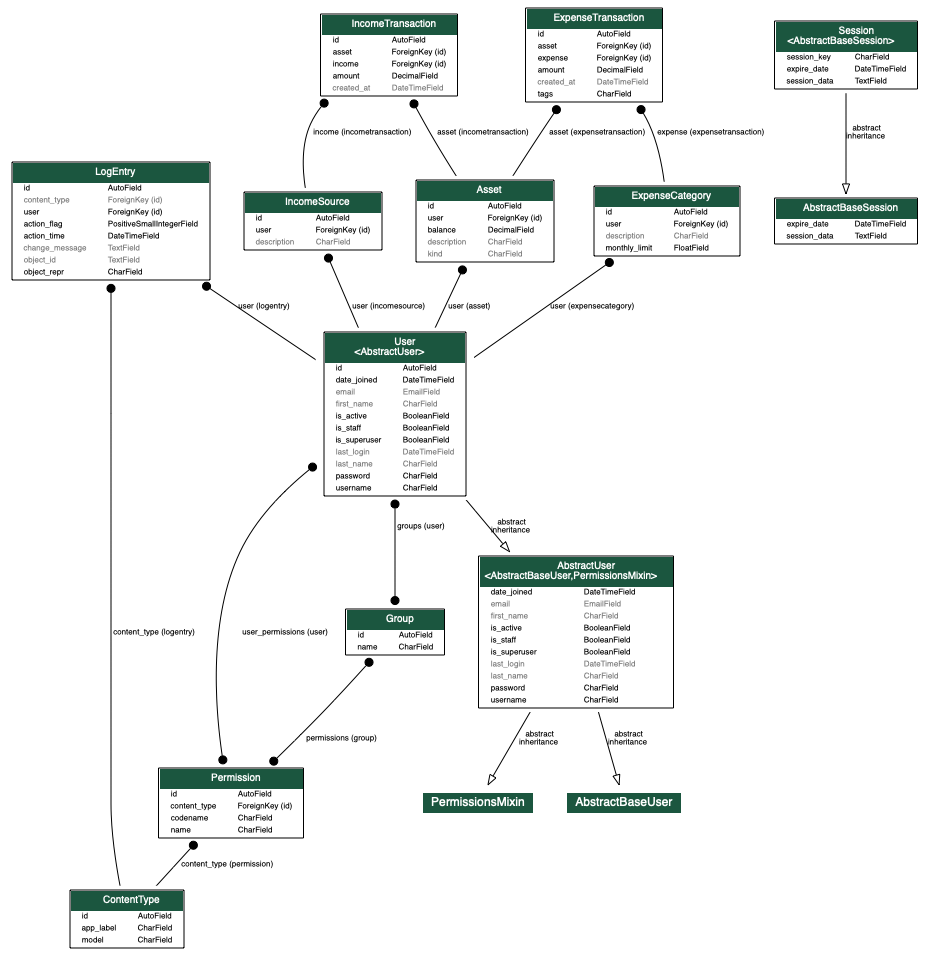
Earlier version of the Graphviz export models.png (ezhk/finance). Its source is kept beside it as models.dot. Source of this version:
```dot
digraph model_graph {

  fontname = "Roboto"
  fontsize = 8
  splines  = true

  node [
    fontname = "Roboto"
    fontsize = 8
    shape = "plaintext"
  ]

  edge [
    fontname = "Roboto"
    fontsize = 8
  ]



  django_contrib_admin_models_LogEntry [label=<
    <TABLE BGCOLOR="white" BORDER="1" CELLBORDER="0" CELLSPACING="0">
    <TR><TD COLSPAN="2" CELLPADDING="5" ALIGN="CENTER" BGCOLOR="#1b563f">
    <FONT FACE="Roboto" COLOR="white" POINT-SIZE="10"><B>
    LogEntry
    </B></FONT></TD></TR>


    <TR><TD ALIGN="LEFT" BORDER="0">
    <FONT FACE="Roboto"><B>id</B></FONT>
    </TD><TD ALIGN="LEFT">
    <FONT FACE="Roboto"><B>AutoField</B></FONT>
    </TD></TR>



    <TR><TD ALIGN="LEFT" BORDER="0">
    <FONT COLOR="#7B7B7B" FACE="Roboto"><B>content_type</B></FONT>
    </TD><TD ALIGN="LEFT">
    <FONT COLOR="#7B7B7B" FACE="Roboto"><B>ForeignKey (id)</B></FONT>
    </TD></TR>



    <TR><TD ALIGN="LEFT" BORDER="0">
    <FONT FACE="Roboto"><B>user</B></FONT>
    </TD><TD ALIGN="LEFT">
    <FONT FACE="Roboto"><B>ForeignKey (id)</B></FONT>
    </TD></TR>



    <TR><TD ALIGN="LEFT" BORDER="0">
    <FONT FACE="Roboto">action_flag</FONT>
    </TD><TD ALIGN="LEFT">
    <FONT FACE="Roboto">PositiveSmallIntegerField</FONT>
    </TD></TR>



    <TR><TD ALIGN="LEFT" BORDER="0">
    <FONT FACE="Roboto">action_time</FONT>
    </TD><TD ALIGN="LEFT">
    <FONT FACE="Roboto">DateTimeField</FONT>
    </TD></TR>



    <TR><TD ALIGN="LEFT" BORDER="0">
    <FONT COLOR="#7B7B7B" FACE="Roboto">change_message</FONT>
    </TD><TD ALIGN="LEFT">
    <FONT COLOR="#7B7B7B" FACE="Roboto">TextField</FONT>
    </TD></TR>



    <TR><TD ALIGN="LEFT" BORDER="0">
    <FONT COLOR="#7B7B7B" FACE="Roboto">object_id</FONT>
    </TD><TD ALIGN="LEFT">
    <FONT COLOR="#7B7B7B" FACE="Roboto">TextField</FONT>
    </TD></TR>



    <TR><TD ALIGN="LEFT" BORDER="0">
    <FONT FACE="Roboto">object_repr</FONT>
    </TD><TD ALIGN="LEFT">
    <FONT FACE="Roboto">CharField</FONT>
    </TD></TR>


    </TABLE>
    >]




  django_contrib_auth_models_AbstractUser [label=<
    <TABLE BGCOLOR="white" BORDER="1" CELLBORDER="0" CELLSPACING="0">
    <TR><TD COLSPAN="2" CELLPADDING="5" ALIGN="CENTER" BGCOLOR="#1b563f">
    <FONT FACE="Roboto" COLOR="white" POINT-SIZE="10"><B>
    AbstractUser<BR/>&lt;<FONT FACE="Roboto"><I>AbstractBaseUser,PermissionsMixin</I></FONT>&gt;
    </B></FONT></TD></TR>


    <TR><TD ALIGN="LEFT" BORDER="0">
    <FONT FACE="Roboto">date_joined</FONT>
    </TD><TD ALIGN="LEFT">
    <FONT FACE="Roboto">DateTimeField</FONT>
    </TD></TR>



    <TR><TD ALIGN="LEFT" BORDER="0">
    <FONT COLOR="#7B7B7B" FACE="Roboto">email</FONT>
    </TD><TD ALIGN="LEFT">
    <FONT COLOR="#7B7B7B" FACE="Roboto">EmailField</FONT>
    </TD></TR>



    <TR><TD ALIGN="LEFT" BORDER="0">
    <FONT COLOR="#7B7B7B" FACE="Roboto">first_name</FONT>
    </TD><TD ALIGN="LEFT">
    <FONT COLOR="#7B7B7B" FACE="Roboto">CharField</FONT>
    </TD></TR>



    <TR><TD ALIGN="LEFT" BORDER="0">
    <FONT FACE="Roboto">is_active</FONT>
    </TD><TD ALIGN="LEFT">
    <FONT FACE="Roboto">BooleanField</FONT>
    </TD></TR>



    <TR><TD ALIGN="LEFT" BORDER="0">
    <FONT FACE="Roboto">is_staff</FONT>
    </TD><TD ALIGN="LEFT">
    <FONT FACE="Roboto">BooleanField</FONT>
    </TD></TR>



    <TR><TD ALIGN="LEFT" BORDER="0">
    <FONT FACE="Roboto"><I>is_superuser</I></FONT>
    </TD><TD ALIGN="LEFT">
    <FONT FACE="Roboto"><I>BooleanField</I></FONT>
    </TD></TR>



    <TR><TD ALIGN="LEFT" BORDER="0">
    <FONT COLOR="#7B7B7B" FACE="Roboto"><I>last_login</I></FONT>
    </TD><TD ALIGN="LEFT">
    <FONT COLOR="#7B7B7B" FACE="Roboto"><I>DateTimeField</I></FONT>
    </TD></TR>



    <TR><TD ALIGN="LEFT" BORDER="0">
    <FONT COLOR="#7B7B7B" FACE="Roboto">last_name</FONT>
    </TD><TD ALIGN="LEFT">
    <FONT COLOR="#7B7B7B" FACE="Roboto">CharField</FONT>
    </TD></TR>



    <TR><TD ALIGN="LEFT" BORDER="0">
    <FONT FACE="Roboto"><I>password</I></FONT>
    </TD><TD ALIGN="LEFT">
    <FONT FACE="Roboto"><I>CharField</I></FONT>
    </TD></TR>



    <TR><TD ALIGN="LEFT" BORDER="0">
    <FONT FACE="Roboto">username</FONT>
    </TD><TD ALIGN="LEFT">
    <FONT FACE="Roboto">CharField</FONT>
    </TD></TR>


    </TABLE>
    >]

  django_contrib_auth_models_Permission [label=<
    <TABLE BGCOLOR="white" BORDER="1" CELLBORDER="0" CELLSPACING="0">
    <TR><TD COLSPAN="2" CELLPADDING="5" ALIGN="CENTER" BGCOLOR="#1b563f">
    <FONT FACE="Roboto" COLOR="white" POINT-SIZE="10"><B>
    Permission
    </B></FONT></TD></TR>


    <TR><TD ALIGN="LEFT" BORDER="0">
    <FONT FACE="Roboto"><B>id</B></FONT>
    </TD><TD ALIGN="LEFT">
    <FONT FACE="Roboto"><B>AutoField</B></FONT>
    </TD></TR>



    <TR><TD ALIGN="LEFT" BORDER="0">
    <FONT FACE="Roboto"><B>content_type</B></FONT>
    </TD><TD ALIGN="LEFT">
    <FONT FACE="Roboto"><B>ForeignKey (id)</B></FONT>
    </TD></TR>



    <TR><TD ALIGN="LEFT" BORDER="0">
    <FONT FACE="Roboto">codename</FONT>
    </TD><TD ALIGN="LEFT">
    <FONT FACE="Roboto">CharField</FONT>
    </TD></TR>



    <TR><TD ALIGN="LEFT" BORDER="0">
    <FONT FACE="Roboto">name</FONT>
    </TD><TD ALIGN="LEFT">
    <FONT FACE="Roboto">CharField</FONT>
    </TD></TR>


    </TABLE>
    >]

  django_contrib_auth_models_Group [label=<
    <TABLE BGCOLOR="white" BORDER="1" CELLBORDER="0" CELLSPACING="0">
    <TR><TD COLSPAN="2" CELLPADDING="5" ALIGN="CENTER" BGCOLOR="#1b563f">
    <FONT FACE="Roboto" COLOR="white" POINT-SIZE="10"><B>
    Group
    </B></FONT></TD></TR>


    <TR><TD ALIGN="LEFT" BORDER="0">
    <FONT FACE="Roboto"><B>id</B></FONT>
    </TD><TD ALIGN="LEFT">
    <FONT FACE="Roboto"><B>AutoField</B></FONT>
    </TD></TR>



    <TR><TD ALIGN="LEFT" BORDER="0">
    <FONT FACE="Roboto">name</FONT>
    </TD><TD ALIGN="LEFT">
    <FONT FACE="Roboto">CharField</FONT>
    </TD></TR>


    </TABLE>
    >]

  django_contrib_auth_models_User [label=<
    <TABLE BGCOLOR="white" BORDER="1" CELLBORDER="0" CELLSPACING="0">
    <TR><TD COLSPAN="2" CELLPADDING="5" ALIGN="CENTER" BGCOLOR="#1b563f">
    <FONT FACE="Roboto" COLOR="white" POINT-SIZE="10"><B>
    User<BR/>&lt;<FONT FACE="Roboto"><I>AbstractUser</I></FONT>&gt;
    </B></FONT></TD></TR>


    <TR><TD ALIGN="LEFT" BORDER="0">
    <FONT FACE="Roboto"><B>id</B></FONT>
    </TD><TD ALIGN="LEFT">
    <FONT FACE="Roboto"><B>AutoField</B></FONT>
    </TD></TR>



    <TR><TD ALIGN="LEFT" BORDER="0">
    <FONT FACE="Roboto"><I>date_joined</I></FONT>
    </TD><TD ALIGN="LEFT">
    <FONT FACE="Roboto"><I>DateTimeField</I></FONT>
    </TD></TR>



    <TR><TD ALIGN="LEFT" BORDER="0">
    <FONT COLOR="#7B7B7B" FACE="Roboto"><I>email</I></FONT>
    </TD><TD ALIGN="LEFT">
    <FONT COLOR="#7B7B7B" FACE="Roboto"><I>EmailField</I></FONT>
    </TD></TR>



    <TR><TD ALIGN="LEFT" BORDER="0">
    <FONT COLOR="#7B7B7B" FACE="Roboto"><I>first_name</I></FONT>
    </TD><TD ALIGN="LEFT">
    <FONT COLOR="#7B7B7B" FACE="Roboto"><I>CharField</I></FONT>
    </TD></TR>



    <TR><TD ALIGN="LEFT" BORDER="0">
    <FONT FACE="Roboto"><I>is_active</I></FONT>
    </TD><TD ALIGN="LEFT">
    <FONT FACE="Roboto"><I>BooleanField</I></FONT>
    </TD></TR>



    <TR><TD ALIGN="LEFT" BORDER="0">
    <FONT FACE="Roboto"><I>is_staff</I></FONT>
    </TD><TD ALIGN="LEFT">
    <FONT FACE="Roboto"><I>BooleanField</I></FONT>
    </TD></TR>



    <TR><TD ALIGN="LEFT" BORDER="0">
    <FONT FACE="Roboto"><I>is_superuser</I></FONT>
    </TD><TD ALIGN="LEFT">
    <FONT FACE="Roboto"><I>BooleanField</I></FONT>
    </TD></TR>



    <TR><TD ALIGN="LEFT" BORDER="0">
    <FONT COLOR="#7B7B7B" FACE="Roboto"><I>last_login</I></FONT>
    </TD><TD ALIGN="LEFT">
    <FONT COLOR="#7B7B7B" FACE="Roboto"><I>DateTimeField</I></FONT>
    </TD></TR>



    <TR><TD ALIGN="LEFT" BORDER="0">
    <FONT COLOR="#7B7B7B" FACE="Roboto"><I>last_name</I></FONT>
    </TD><TD ALIGN="LEFT">
    <FONT COLOR="#7B7B7B" FACE="Roboto"><I>CharField</I></FONT>
    </TD></TR>



    <TR><TD ALIGN="LEFT" BORDER="0">
    <FONT FACE="Roboto"><I>password</I></FONT>
    </TD><TD ALIGN="LEFT">
    <FONT FACE="Roboto"><I>CharField</I></FONT>
    </TD></TR>



    <TR><TD ALIGN="LEFT" BORDER="0">
    <FONT FACE="Roboto"><I>username</I></FONT>
    </TD><TD ALIGN="LEFT">
    <FONT FACE="Roboto"><I>CharField</I></FONT>
    </TD></TR>


    </TABLE>
    >]




  django_contrib_contenttypes_models_ContentType [label=<
    <TABLE BGCOLOR="white" BORDER="1" CELLBORDER="0" CELLSPACING="0">
    <TR><TD COLSPAN="2" CELLPADDING="5" ALIGN="CENTER" BGCOLOR="#1b563f">
    <FONT FACE="Roboto" COLOR="white" POINT-SIZE="10"><B>
    ContentType
    </B></FONT></TD></TR>


    <TR><TD ALIGN="LEFT" BORDER="0">
    <FONT FACE="Roboto"><B>id</B></FONT>
    </TD><TD ALIGN="LEFT">
    <FONT FACE="Roboto"><B>AutoField</B></FONT>
    </TD></TR>



    <TR><TD ALIGN="LEFT" BORDER="0">
    <FONT FACE="Roboto">app_label</FONT>
    </TD><TD ALIGN="LEFT">
    <FONT FACE="Roboto">CharField</FONT>
    </TD></TR>



    <TR><TD ALIGN="LEFT" BORDER="0">
    <FONT FACE="Roboto">model</FONT>
    </TD><TD ALIGN="LEFT">
    <FONT FACE="Roboto">CharField</FONT>
    </TD></TR>


    </TABLE>
    >]




  django_contrib_sessions_base_session_AbstractBaseSession [label=<
    <TABLE BGCOLOR="white" BORDER="1" CELLBORDER="0" CELLSPACING="0">
    <TR><TD COLSPAN="2" CELLPADDING="5" ALIGN="CENTER" BGCOLOR="#1b563f">
    <FONT FACE="Roboto" COLOR="white" POINT-SIZE="10"><B>
    AbstractBaseSession
    </B></FONT></TD></TR>


    <TR><TD ALIGN="LEFT" BORDER="0">
    <FONT FACE="Roboto">expire_date</FONT>
    </TD><TD ALIGN="LEFT">
    <FONT FACE="Roboto">DateTimeField</FONT>
    </TD></TR>



    <TR><TD ALIGN="LEFT" BORDER="0">
    <FONT FACE="Roboto">session_data</FONT>
    </TD><TD ALIGN="LEFT">
    <FONT FACE="Roboto">TextField</FONT>
    </TD></TR>


    </TABLE>
    >]

  django_contrib_sessions_models_Session [label=<
    <TABLE BGCOLOR="white" BORDER="1" CELLBORDER="0" CELLSPACING="0">
    <TR><TD COLSPAN="2" CELLPADDING="5" ALIGN="CENTER" BGCOLOR="#1b563f">
    <FONT FACE="Roboto" COLOR="white" POINT-SIZE="10"><B>
    Session<BR/>&lt;<FONT FACE="Roboto"><I>AbstractBaseSession</I></FONT>&gt;
    </B></FONT></TD></TR>


    <TR><TD ALIGN="LEFT" BORDER="0">
    <FONT FACE="Roboto"><I><B>session_key</B></I></FONT>
    </TD><TD ALIGN="LEFT">
    <FONT FACE="Roboto"><I><B>CharField</B></I></FONT>
    </TD></TR>



    <TR><TD ALIGN="LEFT" BORDER="0">
    <FONT FACE="Roboto"><I>expire_date</I></FONT>
    </TD><TD ALIGN="LEFT">
    <FONT FACE="Roboto"><I>DateTimeField</I></FONT>
    </TD></TR>



    <TR><TD ALIGN="LEFT" BORDER="0">
    <FONT FACE="Roboto"><I>session_data</I></FONT>
    </TD><TD ALIGN="LEFT">
    <FONT FACE="Roboto"><I>TextField</I></FONT>
    </TD></TR>


    </TABLE>
    >]




  mainapp_models_IncomeSource [label=<
    <TABLE BGCOLOR="white" BORDER="1" CELLBORDER="0" CELLSPACING="0">
    <TR><TD COLSPAN="2" CELLPADDING="5" ALIGN="CENTER" BGCOLOR="#1b563f">
    <FONT FACE="Roboto" COLOR="white" POINT-SIZE="10"><B>
    IncomeSource
    </B></FONT></TD></TR>


    <TR><TD ALIGN="LEFT" BORDER="0">
    <FONT FACE="Roboto"><B>id</B></FONT>
    </TD><TD ALIGN="LEFT">
    <FONT FACE="Roboto"><B>AutoField</B></FONT>
    </TD></TR>



    <TR><TD ALIGN="LEFT" BORDER="0">
    <FONT FACE="Roboto"><B>user</B></FONT>
    </TD><TD ALIGN="LEFT">
    <FONT FACE="Roboto"><B>ForeignKey (id)</B></FONT>
    </TD></TR>



    <TR><TD ALIGN="LEFT" BORDER="0">
    <FONT COLOR="#7B7B7B" FACE="Roboto">description</FONT>
    </TD><TD ALIGN="LEFT">
    <FONT COLOR="#7B7B7B" FACE="Roboto">CharField</FONT>
    </TD></TR>


    </TABLE>
    >]

  mainapp_models_Asset [label=<
    <TABLE BGCOLOR="white" BORDER="1" CELLBORDER="0" CELLSPACING="0">
    <TR><TD COLSPAN="2" CELLPADDING="5" ALIGN="CENTER" BGCOLOR="#1b563f">
    <FONT FACE="Roboto" COLOR="white" POINT-SIZE="10"><B>
    Asset
    </B></FONT></TD></TR>


    <TR><TD ALIGN="LEFT" BORDER="0">
    <FONT FACE="Roboto"><B>id</B></FONT>
    </TD><TD ALIGN="LEFT">
    <FONT FACE="Roboto"><B>AutoField</B></FONT>
    </TD></TR>



    <TR><TD ALIGN="LEFT" BORDER="0">
    <FONT FACE="Roboto"><B>user</B></FONT>
    </TD><TD ALIGN="LEFT">
    <FONT FACE="Roboto"><B>ForeignKey (id)</B></FONT>
    </TD></TR>



    <TR><TD ALIGN="LEFT" BORDER="0">
    <FONT FACE="Roboto">balance</FONT>
    </TD><TD ALIGN="LEFT">
    <FONT FACE="Roboto">DecimalField</FONT>
    </TD></TR>



    <TR><TD ALIGN="LEFT" BORDER="0">
    <FONT COLOR="#7B7B7B" FACE="Roboto">description</FONT>
    </TD><TD ALIGN="LEFT">
    <FONT COLOR="#7B7B7B" FACE="Roboto">CharField</FONT>
    </TD></TR>



    <TR><TD ALIGN="LEFT" BORDER="0">
    <FONT COLOR="#7B7B7B" FACE="Roboto">kind</FONT>
    </TD><TD ALIGN="LEFT">
    <FONT COLOR="#7B7B7B" FACE="Roboto">CharField</FONT>
    </TD></TR>


    </TABLE>
    >]

  mainapp_models_ExpenseCategory [label=<
    <TABLE BGCOLOR="white" BORDER="1" CELLBORDER="0" CELLSPACING="0">
    <TR><TD COLSPAN="2" CELLPADDING="5" ALIGN="CENTER" BGCOLOR="#1b563f">
    <FONT FACE="Roboto" COLOR="white" POINT-SIZE="10"><B>
    ExpenseCategory
    </B></FONT></TD></TR>


    <TR><TD ALIGN="LEFT" BORDER="0">
    <FONT FACE="Roboto"><B>id</B></FONT>
    </TD><TD ALIGN="LEFT">
    <FONT FACE="Roboto"><B>AutoField</B></FONT>
    </TD></TR>



    <TR><TD ALIGN="LEFT" BORDER="0">
    <FONT FACE="Roboto"><B>user</B></FONT>
    </TD><TD ALIGN="LEFT">
    <FONT FACE="Roboto"><B>ForeignKey (id)</B></FONT>
    </TD></TR>



    <TR><TD ALIGN="LEFT" BORDER="0">
    <FONT COLOR="#7B7B7B" FACE="Roboto">description</FONT>
    </TD><TD ALIGN="LEFT">
    <FONT COLOR="#7B7B7B" FACE="Roboto">CharField</FONT>
    </TD></TR>



    <TR><TD ALIGN="LEFT" BORDER="0">
    <FONT FACE="Roboto">monthly_limit</FONT>
    </TD><TD ALIGN="LEFT">
    <FONT FACE="Roboto">FloatField</FONT>
    </TD></TR>


    </TABLE>
    >]

  mainapp_models_IncomeTransaction [label=<
    <TABLE BGCOLOR="white" BORDER="1" CELLBORDER="0" CELLSPACING="0">
    <TR><TD COLSPAN="2" CELLPADDING="5" ALIGN="CENTER" BGCOLOR="#1b563f">
    <FONT FACE="Roboto" COLOR="white" POINT-SIZE="10"><B>
    IncomeTransaction
    </B></FONT></TD></TR>


    <TR><TD ALIGN="LEFT" BORDER="0">
    <FONT FACE="Roboto"><B>id</B></FONT>
    </TD><TD ALIGN="LEFT">
    <FONT FACE="Roboto"><B>AutoField</B></FONT>
    </TD></TR>



    <TR><TD ALIGN="LEFT" BORDER="0">
    <FONT FACE="Roboto"><B>asset</B></FONT>
    </TD><TD ALIGN="LEFT">
    <FONT FACE="Roboto"><B>ForeignKey (id)</B></FONT>
    </TD></TR>



    <TR><TD ALIGN="LEFT" BORDER="0">
    <FONT FACE="Roboto"><B>income</B></FONT>
    </TD><TD ALIGN="LEFT">
    <FONT FACE="Roboto"><B>ForeignKey (id)</B></FONT>
    </TD></TR>



    <TR><TD ALIGN="LEFT" BORDER="0">
    <FONT FACE="Roboto">amount</FONT>
    </TD><TD ALIGN="LEFT">
    <FONT FACE="Roboto">DecimalField</FONT>
    </TD></TR>



    <TR><TD ALIGN="LEFT" BORDER="0">
    <FONT COLOR="#7B7B7B" FACE="Roboto">created_at</FONT>
    </TD><TD ALIGN="LEFT">
    <FONT COLOR="#7B7B7B" FACE="Roboto">DateTimeField</FONT>
    </TD></TR>


    </TABLE>
    >]

  mainapp_models_ExpenseTransaction [label=<
    <TABLE BGCOLOR="white" BORDER="1" CELLBORDER="0" CELLSPACING="0">
    <TR><TD COLSPAN="2" CELLPADDING="5" ALIGN="CENTER" BGCOLOR="#1b563f">
    <FONT FACE="Roboto" COLOR="white" POINT-SIZE="10"><B>
    ExpenseTransaction
    </B></FONT></TD></TR>


    <TR><TD ALIGN="LEFT" BORDER="0">
    <FONT FACE="Roboto"><B>id</B></FONT>
    </TD><TD ALIGN="LEFT">
    <FONT FACE="Roboto"><B>AutoField</B></FONT>
    </TD></TR>



    <TR><TD ALIGN="LEFT" BORDER="0">
    <FONT FACE="Roboto"><B>asset</B></FONT>
    </TD><TD ALIGN="LEFT">
    <FONT FACE="Roboto"><B>ForeignKey (id)</B></FONT>
    </TD></TR>



    <TR><TD ALIGN="LEFT" BORDER="0">
    <FONT FACE="Roboto"><B>expense</B></FONT>
    </TD><TD ALIGN="LEFT">
    <FONT FACE="Roboto"><B>ForeignKey (id)</B></FONT>
    </TD></TR>



    <TR><TD ALIGN="LEFT" BORDER="0">
    <FONT FACE="Roboto">amount</FONT>
    </TD><TD ALIGN="LEFT">
    <FONT FACE="Roboto">DecimalField</FONT>
    </TD></TR>



    <TR><TD ALIGN="LEFT" BORDER="0">
    <FONT COLOR="#7B7B7B" FACE="Roboto">created_at</FONT>
    </TD><TD ALIGN="LEFT">
    <FONT COLOR="#7B7B7B" FACE="Roboto">DateTimeField</FONT>
    </TD></TR>



    <TR><TD ALIGN="LEFT" BORDER="0">
    <FONT FACE="Roboto">tags</FONT>
    </TD><TD ALIGN="LEFT">
    <FONT FACE="Roboto">CharField</FONT>
    </TD></TR>


    </TABLE>
    >]





  django_contrib_admin_models_LogEntry -> django_contrib_auth_models_User
  [label=" user (logentry)"] [arrowhead=none, arrowtail=dot, dir=both];

  django_contrib_admin_models_LogEntry -> django_contrib_contenttypes_models_ContentType
  [label=" content_type (logentry)"] [arrowhead=none, arrowtail=dot, dir=both];

  django_contrib_auth_base_user_AbstractBaseUser [label=<
  <TABLE BGCOLOR="white" BORDER="0" CELLBORDER="0" CELLSPACING="0">
  <TR><TD COLSPAN="2" CELLPADDING="4" ALIGN="CENTER" BGCOLOR="#1b563f">
  <FONT FACE="Roboto" POINT-SIZE="12" COLOR="white">AbstractBaseUser</FONT>
  </TD></TR>
  </TABLE>
  >]
  django_contrib_auth_models_AbstractUser -> django_contrib_auth_base_user_AbstractBaseUser
  [label=" abstract\ninheritance"] [arrowhead=empty, arrowtail=none, dir=both];
  django_contrib_auth_models_PermissionsMixin [label=<
  <TABLE BGCOLOR="white" BORDER="0" CELLBORDER="0" CELLSPACING="0">
  <TR><TD COLSPAN="2" CELLPADDING="4" ALIGN="CENTER" BGCOLOR="#1b563f">
  <FONT FACE="Roboto" POINT-SIZE="12" COLOR="white">PermissionsMixin</FONT>
  </TD></TR>
  </TABLE>
  >]
  django_contrib_auth_models_AbstractUser -> django_contrib_auth_models_PermissionsMixin
  [label=" abstract\ninheritance"] [arrowhead=empty, arrowtail=none, dir=both];

  django_contrib_auth_models_Permission -> django_contrib_contenttypes_models_ContentType
  [label=" content_type (permission)"] [arrowhead=none, arrowtail=dot, dir=both];

  django_contrib_auth_models_Group -> django_contrib_auth_models_Permission
  [label=" permissions (group)"] [arrowhead=dot arrowtail=dot, dir=both];

  django_contrib_auth_models_User -> django_contrib_auth_models_Group
  [label=" groups (user)"] [arrowhead=dot arrowtail=dot, dir=both];

  django_contrib_auth_models_User -> django_contrib_auth_models_Permission
  [label=" user_permissions (user)"] [arrowhead=dot arrowtail=dot, dir=both];

  django_contrib_auth_models_User -> django_contrib_auth_models_AbstractUser
  [label=" abstract\ninheritance"] [arrowhead=empty, arrowtail=none, dir=both];



  django_contrib_sessions_models_Session -> django_contrib_sessions_base_session_AbstractBaseSession
  [label=" abstract\ninheritance"] [arrowhead=empty, arrowtail=none, dir=both];


  mainapp_models_IncomeSource -> django_contrib_auth_models_User
  [label=" user (incomesource)"] [arrowhead=none, arrowtail=dot, dir=both];

  mainapp_models_Asset -> django_contrib_auth_models_User
  [label=" user (asset)"] [arrowhead=none, arrowtail=dot, dir=both];

  mainapp_models_ExpenseCategory -> django_contrib_auth_models_User
  [label=" user (expensecategory)"] [arrowhead=none, arrowtail=dot, dir=both];

  mainapp_models_IncomeTransaction -> mainapp_models_IncomeSource
  [label=" income (incometransaction)"] [arrowhead=none, arrowtail=dot, dir=both];

  mainapp_models_IncomeTransaction -> mainapp_models_Asset
  [label=" asset (incometransaction)"] [arrowhead=none, arrowtail=dot, dir=both];

  mainapp_models_ExpenseTransaction -> mainapp_models_Asset
  [label=" asset (expensetransaction)"] [arrowhead=none, arrowtail=dot, dir=both];

  mainapp_models_ExpenseTransaction -> mainapp_models_ExpenseCategory
  [label=" expense (expensetransaction)"] [arrowhead=none, arrowtail=dot, dir=both];


}
```
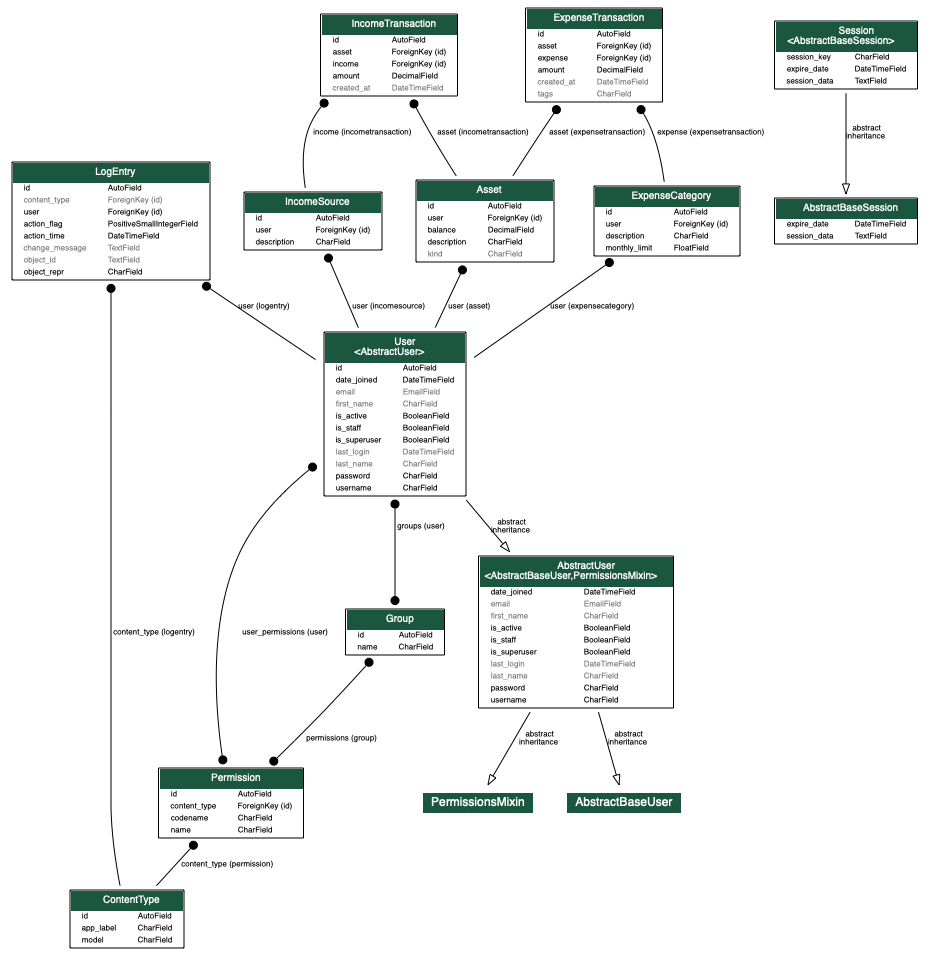
After the commit.

What changed in the source:
```diff
@@ -478,9 +478,9 @@
 
 
     <TR><TD ALIGN="LEFT" BORDER="0">
-    <FONT COLOR="#7B7B7B" FACE="Roboto">description</FONT>
+    <FONT FACE="Roboto">description</FONT>
     </TD><TD ALIGN="LEFT">
-    <FONT COLOR="#7B7B7B" FACE="Roboto">CharField</FONT>
+    <FONT FACE="Roboto">CharField</FONT>
     </TD></TR>
 
 
@@ -520,9 +520,9 @@
 
 
     <TR><TD ALIGN="LEFT" BORDER="0">
-    <FONT COLOR="#7B7B7B" FACE="Roboto">description</FONT>
+    <FONT FACE="Roboto">description</FONT>
     </TD><TD ALIGN="LEFT">
-    <FONT COLOR="#7B7B7B" FACE="Roboto">CharField</FONT>
+    <FONT FACE="Roboto">CharField</FONT>
     </TD></TR>
 
 
@@ -562,9 +562,9 @@
 
 
     <TR><TD ALIGN="LEFT" BORDER="0">
-    <FONT COLOR="#7B7B7B" FACE="Roboto">description</FONT>
+    <FONT FACE="Roboto">description</FONT>
     </TD><TD ALIGN="LEFT">
-    <FONT COLOR="#7B7B7B" FACE="Roboto">CharField</FONT>
+    <FONT FACE="Roboto">CharField</FONT>
     </TD></TR>
 
 
@@ -678,9 +678,9 @@
 
 
     <TR><TD ALIGN="LEFT" BORDER="0">
-    <FONT FACE="Roboto">tags</FONT>
+    <FONT COLOR="#7B7B7B" FACE="Roboto">tags</FONT>
     </TD><TD ALIGN="LEFT">
-    <FONT FACE="Roboto">CharField</FONT>
+    <FONT COLOR="#7B7B7B" FACE="Roboto">CharField</FONT>
     </TD></TR>
 
 
```
